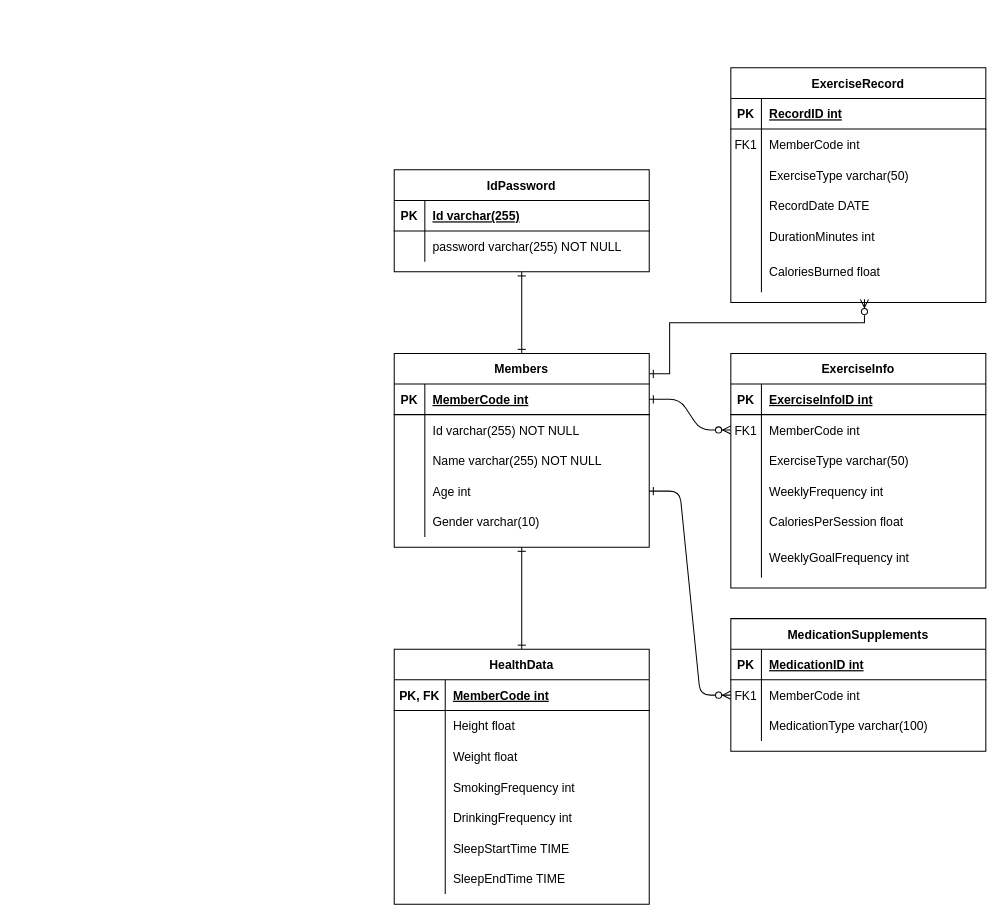
The draw.io diagram DataBase/E-R Diagram/E-R Diagram.drawio in pys-study/Healthcare-Project-Back, before the edit. Source tidied: cells renumbered, new cells numbered last; positions are measured from the earlier drawing's top-left corner, leaving out a move shared by most shapes. Both pictures are drawn from the tidied source at 102%, with x=0, y=0 at pixel (394, 67).
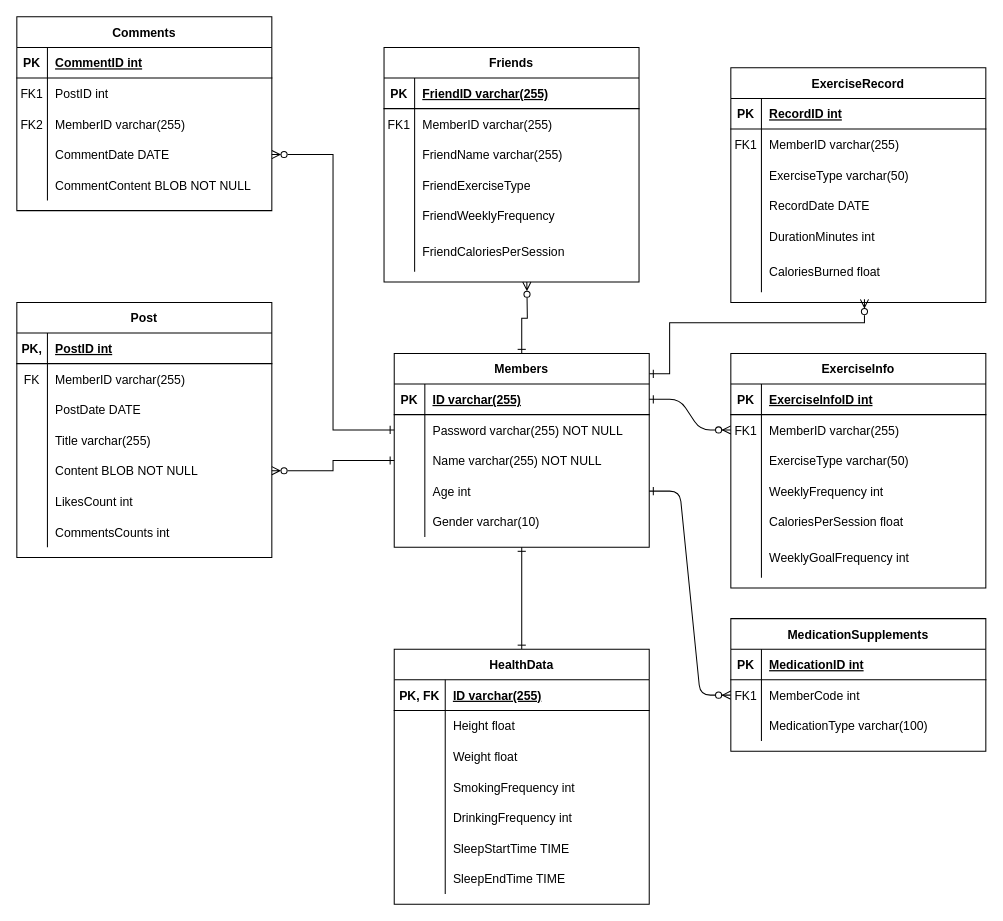
The same page after the edit.

Unchanged cells that the change refers to:
```xml
<mxCell id="8" style="shape=partialRectangle;fillColor=none;points=[[0,0.5],[1,0.5]];portConstraint=eastwest;top=0;left=0;right=0;bottom=0;" parent="4" vertex="1">
  <mxGeometry y="60" width="250" height="30" as="geometry" />
</mxCell>
<mxCell id="36" value="Members" style="shape=table;startSize=30;childLayout=tableLayout;rowLines=0;fontStyle=1;align=center;" parent="1" vertex="1">
  <mxGeometry y="280" width="250" height="190" as="geometry" />
</mxCell>
<mxCell id="37" style="shape=partialRectangle;fillColor=none;points=[[0,0.5],[1,0.5]];portConstraint=eastwest;top=0;left=0;right=0;bottom=1;" parent="36" vertex="1">
  <mxGeometry y="30" width="250" height="30" as="geometry" />
</mxCell>
<mxCell id="40" style="shape=partialRectangle;fillColor=none;points=[[0,0.5],[1,0.5]];portConstraint=eastwest;top=0;left=0;right=0;bottom=0;" parent="36" vertex="1">
  <mxGeometry y="60" width="250" height="30" as="geometry" />
</mxCell>
<mxCell id="43" style="shape=partialRectangle;fillColor=none;points=[[0,0.5],[1,0.5]];portConstraint=eastwest;top=0;left=0;right=0;bottom=0;" parent="36" vertex="1">
  <mxGeometry y="90" width="250" height="30" as="geometry" />
</mxCell>
<mxCell id="53" style="shape=partialRectangle;fillColor=none;top=0;left=0;right=0;bottom=1;" parent="52" vertex="1">
  <mxGeometry y="30" width="250" height="30" as="geometry" />
</mxCell>
<mxCell id="85" style="shape=partialRectangle;fillColor=none;top=0;left=0;right=0;bottom=0;" parent="81" vertex="1">
  <mxGeometry y="60" width="250" height="30" as="geometry" />
</mxCell>
```

The edit, as a diff of the source:
```diff
@@
-    <mxCell id="10" value="MemberCode int" style="shape=partialRectangle;overflow=hidden;fillColor=none;top=0;left=0;bottom=0;right=0;align=left;spacingLeft=6;" parent="8" vertex="1">
+    <mxCell id="10" value="MemberID varchar(255)" style="shape=partialRectangle;overflow=hidden;fillColor=none;top=0;left=0;bottom=0;right=0;align=left;spacingLeft=6;" parent="8" vertex="1">
       <mxGeometry x="30" width="220" height="30" as="geometry" />
     </mxCell>
@@
-    <mxCell id="34" style="edgeStyle=orthogonalEdgeStyle;rounded=0;jettySize=auto;html=1;entryX=0.5;entryY=1;entryDx=0;entryDy=0;endArrow=ERone;endFill=0;startArrow=ERone;startFill=0;" parent="1" edge="1" source="36" target="74">
-      <mxGeometry relative="1" as="geometry" />
-    </mxCell>
@@
+    <mxCell id="100" style="edgeStyle=orthogonalEdgeStyle;rounded=0;jettySize=auto;html=1;fontFamily=Helvetica;fontSize=12;fontColor=default;startSize=6;startArrow=ERone;startFill=0;endArrow=ERzeroToMany;endFill=0;" parent="1" edge="1" source="36">
+      <mxGeometry relative="1" as="geometry">
+        <mxPoint x="130" y="210" as="targetPoint" />
+      </mxGeometry>
+    </mxCell>
@@
-    <mxCell id="39" value="MemberCode int" style="shape=partialRectangle;overflow=hidden;fillColor=none;top=0;left=0;bottom=0;right=0;align=left;spacingLeft=6;fontStyle=5;" parent="37" vertex="1">
+    <mxCell id="39" value="ID varchar(255)" style="shape=partialRectangle;overflow=hidden;fillColor=none;top=0;left=0;bottom=0;right=0;align=left;spacingLeft=6;fontStyle=5;" parent="37" vertex="1">
       <mxGeometry x="30" width="220" height="30" as="geometry" />
     </mxCell>
@@
-    <mxCell id="42" value="Id varchar(255) NOT NULL" style="shape=partialRectangle;overflow=hidden;fillColor=none;top=0;left=0;bottom=0;right=0;align=left;spacingLeft=6;" parent="40" vertex="1">
+    <mxCell id="42" value="Password varchar(255) NOT NULL" style="shape=partialRectangle;overflow=hidden;fillColor=none;top=0;left=0;bottom=0;right=0;align=left;spacingLeft=6;" parent="40" vertex="1">
       <mxGeometry x="30" width="220" height="30" as="geometry" />
     </mxCell>
@@
-    <mxCell id="55" value="MemberCode int" style="shape=partialRectangle;overflow=hidden;fillColor=none;top=0;left=0;bottom=0;right=0;align=left;spacingLeft=6;fontStyle=5;" parent="53" vertex="1">
+    <mxCell id="55" value="ID varchar(255)" style="shape=partialRectangle;overflow=hidden;fillColor=none;top=0;left=0;bottom=0;right=0;align=left;spacingLeft=6;fontStyle=5;" parent="53" vertex="1">
       <mxGeometry x="50" width="200" height="30" as="geometry" />
     </mxCell>
@@
-    <mxCell id="74" value="IdPassword" style="shape=table;startSize=30;childLayout=tableLayout;rowLines=0;fontStyle=1;align=center;" parent="1" vertex="1">
-      <mxGeometry y="100" width="250" height="100" as="geometry" />
-    </mxCell>
-    <mxCell id="75" style="shape=partialRectangle;fillColor=none;top=0;left=0;right=0;bottom=1;" parent="74" vertex="1">
-      <mxGeometry y="30" width="250" height="30" as="geometry" />
-    </mxCell>
-    <mxCell id="76" value="PK" style="shape=partialRectangle;overflow=hidden;fillColor=none;top=0;left=0;bottom=0;right=0;fontStyle=1;" parent="75" vertex="1">
-      <mxGeometry width="30" height="30" as="geometry" />
-    </mxCell>
-    <mxCell id="77" value="Id varchar(255)" style="shape=partialRectangle;overflow=hidden;fillColor=none;top=0;left=0;bottom=0;right=0;align=left;spacingLeft=6;fontStyle=5;" parent="75" vertex="1">
-      <mxGeometry x="30" width="220" height="30" as="geometry" />
-    </mxCell>
-    <mxCell id="78" style="shape=partialRectangle;fillColor=none;top=0;left=0;right=0;bottom=0;" parent="74" vertex="1">
-      <mxGeometry y="60" width="250" height="30" as="geometry" />
-    </mxCell>
-    <mxCell id="79" style="shape=partialRectangle;overflow=hidden;fillColor=none;top=0;left=0;bottom=0;right=0;" parent="78" vertex="1">
-      <mxGeometry width="30" height="30" as="geometry" />
-    </mxCell>
-    <mxCell id="80" value="password varchar(255) NOT NULL" style="shape=partialRectangle;overflow=hidden;fillColor=none;top=0;left=0;bottom=0;right=0;align=left;spacingLeft=6;" parent="78" vertex="1">
-      <mxGeometry x="30" width="220" height="30" as="geometry" />
-    </mxCell>
@@
-    <mxCell id="87" value="MemberCode int" style="shape=partialRectangle;overflow=hidden;fillColor=none;top=0;left=0;bottom=0;right=0;align=left;spacingLeft=6;" parent="85" vertex="1">
+    <mxCell id="87" value="MemberID varchar(255)" style="shape=partialRectangle;overflow=hidden;fillColor=none;top=0;left=0;bottom=0;right=0;align=left;spacingLeft=6;" parent="85" vertex="1">
       <mxGeometry x="30" width="220" height="30" as="geometry" />
     </mxCell>
@@
+    <mxCell id="101" value="Post" style="shape=table;startSize=30;childLayout=tableLayout;rowLines=0;fontStyle=1;align=center;" parent="1" vertex="1">
+      <mxGeometry x="-370" y="230" width="250" height="250" as="geometry" />
+    </mxCell>
+    <mxCell id="102" style="shape=partialRectangle;fillColor=none;top=0;left=0;right=0;bottom=1;" parent="101" vertex="1">
+      <mxGeometry y="30" width="250" height="30" as="geometry" />
+    </mxCell>
+    <mxCell id="103" value="PK," style="shape=partialRectangle;overflow=hidden;fillColor=none;top=0;left=0;bottom=0;right=0;fontStyle=1;" parent="102" vertex="1">
+      <mxGeometry width="30" height="30" as="geometry" />
+    </mxCell>
+    <mxCell id="104" value="PostID int" style="shape=partialRectangle;overflow=hidden;fillColor=none;top=0;left=0;bottom=0;right=0;align=left;spacingLeft=6;fontStyle=5;" parent="102" vertex="1">
+      <mxGeometry x="30" width="220" height="30" as="geometry" />
+    </mxCell>
+    <mxCell id="105" style="shape=partialRectangle;fillColor=none;top=0;left=0;right=0;bottom=0;" parent="101" vertex="1">
+      <mxGeometry y="60" width="250" height="30" as="geometry" />
+    </mxCell>
+    <mxCell id="106" value="FK" style="shape=partialRectangle;overflow=hidden;fillColor=none;top=0;left=0;bottom=0;right=0;" parent="105" vertex="1">
+      <mxGeometry width="30" height="30" as="geometry" />
+    </mxCell>
+    <mxCell id="107" value="MemberID varchar(255)" style="shape=partialRectangle;overflow=hidden;fillColor=none;top=0;left=0;bottom=0;right=0;align=left;spacingLeft=6;" parent="105" vertex="1">
+      <mxGeometry x="30" width="220" height="30" as="geometry" />
+    </mxCell>
+    <mxCell id="108" style="shape=partialRectangle;fillColor=none;top=0;left=0;right=0;bottom=0;" parent="101" vertex="1">
+      <mxGeometry y="90" width="250" height="30" as="geometry" />
+    </mxCell>
+    <mxCell id="109" style="shape=partialRectangle;overflow=hidden;fillColor=none;top=0;left=0;bottom=0;right=0;" parent="108" vertex="1">
+      <mxGeometry width="30" height="30" as="geometry" />
+    </mxCell>
+    <mxCell id="110" value="PostDate DATE" style="shape=partialRectangle;overflow=hidden;fillColor=none;top=0;left=0;bottom=0;right=0;align=left;spacingLeft=6;" parent="108" vertex="1">
+      <mxGeometry x="30" width="220" height="30" as="geometry" />
+    </mxCell>
+    <mxCell id="111" style="shape=partialRectangle;fillColor=none;top=0;left=0;right=0;bottom=0;" parent="101" vertex="1">
+      <mxGeometry y="120" width="250" height="30" as="geometry" />
+    </mxCell>
+    <mxCell id="112" style="shape=partialRectangle;overflow=hidden;fillColor=none;top=0;left=0;bottom=0;right=0;" parent="111" vertex="1">
+      <mxGeometry width="30" height="30" as="geometry" />
+    </mxCell>
+    <mxCell id="113" value="Title varchar(255)" style="shape=partialRectangle;overflow=hidden;fillColor=none;top=0;left=0;bottom=0;right=0;align=left;spacingLeft=6;" parent="111" vertex="1">
+      <mxGeometry x="30" width="220" height="30" as="geometry" />
+    </mxCell>
+    <mxCell id="114" style="shape=partialRectangle;fillColor=none;points=[[0,0.5],[1,0.5]];portConstraint=eastwest;top=0;left=0;right=0;bottom=0;" parent="101" vertex="1">
+      <mxGeometry y="150" width="250" height="30" as="geometry" />
+    </mxCell>
+    <mxCell id="115" style="shape=partialRectangle;overflow=hidden;fillColor=none;top=0;left=0;bottom=0;right=0;" parent="114" vertex="1">
+      <mxGeometry width="30" height="30" as="geometry" />
+    </mxCell>
+    <mxCell id="116" value="Content BLOB NOT NULL" style="shape=partialRectangle;overflow=hidden;fillColor=none;top=0;left=0;bottom=0;right=0;align=left;spacingLeft=6;" parent="114" vertex="1">
+      <mxGeometry x="30" width="220" height="30" as="geometry" />
+    </mxCell>
+    <mxCell id="117" style="shape=partialRectangle;fillColor=none;top=0;left=0;right=0;bottom=0;" parent="101" vertex="1">
+      <mxGeometry y="180" width="250" height="30" as="geometry" />
+    </mxCell>
+    <mxCell id="118" style="shape=partialRectangle;overflow=hidden;fillColor=none;top=0;left=0;bottom=0;right=0;" parent="117" vertex="1">
+      <mxGeometry width="30" height="30" as="geometry" />
+    </mxCell>
+    <mxCell id="119" value="LikesCount int" style="shape=partialRectangle;overflow=hidden;fillColor=none;top=0;left=0;bottom=0;right=0;align=left;spacingLeft=6;" parent="117" vertex="1">
+      <mxGeometry x="30" width="220" height="30" as="geometry" />
+    </mxCell>
+    <mxCell id="120" style="shape=partialRectangle;fillColor=none;top=0;left=0;right=0;bottom=0;" parent="101" vertex="1">
+      <mxGeometry y="210" width="250" height="30" as="geometry" />
+    </mxCell>
+    <mxCell id="121" style="shape=partialRectangle;overflow=hidden;fillColor=none;top=0;left=0;bottom=0;right=0;" parent="120" vertex="1">
+      <mxGeometry width="30" height="30" as="geometry" />
+    </mxCell>
+    <mxCell id="122" value="CommentsCounts int" style="shape=partialRectangle;overflow=hidden;fillColor=none;top=0;left=0;bottom=0;right=0;align=left;spacingLeft=6;" parent="120" vertex="1">
+      <mxGeometry x="30" width="220" height="30" as="geometry" />
+    </mxCell>
+    <mxCell id="123" value="Comments" style="shape=table;startSize=30;childLayout=tableLayout;rowLines=0;fontStyle=1;align=center;" parent="1" vertex="1">
+      <mxGeometry x="-370" y="-50" width="250" height="190" as="geometry" />
+    </mxCell>
+    <mxCell id="124" style="shape=partialRectangle;fillColor=none;top=0;left=0;right=0;bottom=1;" parent="123" vertex="1">
+      <mxGeometry y="30" width="250" height="30" as="geometry" />
+    </mxCell>
+    <mxCell id="125" value="PK" style="shape=partialRectangle;overflow=hidden;fillColor=none;top=0;left=0;bottom=0;right=0;fontStyle=1;" parent="124" vertex="1">
+      <mxGeometry width="30" height="30" as="geometry" />
+    </mxCell>
+    <mxCell id="126" value="CommentID int" style="shape=partialRectangle;overflow=hidden;fillColor=none;top=0;left=0;bottom=0;right=0;align=left;spacingLeft=6;fontStyle=5;" parent="124" vertex="1">
+      <mxGeometry x="30" width="220" height="30" as="geometry" />
+    </mxCell>
+    <mxCell id="127" style="shape=partialRectangle;fillColor=none;top=0;left=0;right=0;bottom=0;" parent="123" vertex="1">
+      <mxGeometry y="60" width="250" height="30" as="geometry" />
+    </mxCell>
+    <mxCell id="128" value="FK1" style="shape=partialRectangle;overflow=hidden;fillColor=none;top=0;left=0;bottom=0;right=0;" parent="127" vertex="1">
+      <mxGeometry width="30" height="30" as="geometry" />
+    </mxCell>
+    <mxCell id="129" value="PostID int" style="shape=partialRectangle;overflow=hidden;fillColor=none;top=0;left=0;bottom=0;right=0;align=left;spacingLeft=6;" parent="127" vertex="1">
+      <mxGeometry x="30" width="220" height="30" as="geometry" />
+    </mxCell>
+    <mxCell id="130" style="shape=partialRectangle;fillColor=none;top=0;left=0;right=0;bottom=0;" parent="123" vertex="1">
+      <mxGeometry y="90" width="250" height="30" as="geometry" />
+    </mxCell>
+    <mxCell id="131" value="FK2" style="shape=partialRectangle;overflow=hidden;fillColor=none;top=0;left=0;bottom=0;right=0;" parent="130" vertex="1">
+      <mxGeometry width="30" height="30" as="geometry" />
+    </mxCell>
+    <mxCell id="132" value="MemberID varchar(255)" style="shape=partialRectangle;overflow=hidden;fillColor=none;top=0;left=0;bottom=0;right=0;align=left;spacingLeft=6;" parent="130" vertex="1">
+      <mxGeometry x="30" width="220" height="30" as="geometry" />
+    </mxCell>
+    <mxCell id="133" style="shape=partialRectangle;fillColor=none;points=[[0,0.5],[1,0.5]];portConstraint=eastwest;top=0;left=0;right=0;bottom=0;" parent="123" vertex="1">
+      <mxGeometry y="120" width="250" height="30" as="geometry" />
+    </mxCell>
+    <mxCell id="134" style="shape=partialRectangle;overflow=hidden;fillColor=none;top=0;left=0;bottom=0;right=0;" parent="133" vertex="1">
+      <mxGeometry width="30" height="30" as="geometry" />
+    </mxCell>
+    <mxCell id="135" value="CommentDate DATE" style="shape=partialRectangle;overflow=hidden;fillColor=none;top=0;left=0;bottom=0;right=0;align=left;spacingLeft=6;" parent="133" vertex="1">
+      <mxGeometry x="30" width="220" height="30" as="geometry" />
+    </mxCell>
+    <mxCell id="136" style="shape=partialRectangle;fillColor=none;top=0;left=0;right=0;bottom=0;" parent="123" vertex="1">
+      <mxGeometry y="150" width="250" height="30" as="geometry" />
+    </mxCell>
+    <mxCell id="137" style="shape=partialRectangle;overflow=hidden;fillColor=none;top=0;left=0;bottom=0;right=0;" parent="136" vertex="1">
+      <mxGeometry width="30" height="30" as="geometry" />
+    </mxCell>
+    <mxCell id="138" value="CommentContent BLOB NOT NULL" style="shape=partialRectangle;overflow=hidden;fillColor=none;top=0;left=0;bottom=0;right=0;align=left;spacingLeft=6;" parent="136" vertex="1">
+      <mxGeometry x="30" width="220" height="30" as="geometry" />
+    </mxCell>
+    <mxCell id="139" style="edgeStyle=orthogonalEdgeStyle;rounded=0;jettySize=auto;html=1;fontFamily=Helvetica;fontSize=12;fontColor=default;startSize=6;entryX=1;entryY=0.5;entryDx=0;entryDy=0;endArrow=ERzeroToMany;endFill=0;startArrow=ERone;startFill=0;" parent="1" edge="1" source="43" target="114">
+      <mxGeometry relative="1" as="geometry" />
+    </mxCell>
+    <mxCell id="140" value="Friends" style="shape=table;startSize=30;childLayout=tableLayout;rowLines=0;fontStyle=1;align=center;" parent="1" vertex="1">
+      <mxGeometry x="-10" y="-20" width="250" height="230" as="geometry" />
+    </mxCell>
+    <mxCell id="141" style="shape=partialRectangle;fillColor=none;top=0;left=0;right=0;bottom=1;" parent="140" vertex="1">
+      <mxGeometry y="30" width="250" height="30" as="geometry" />
+    </mxCell>
+    <mxCell id="142" value="PK" style="shape=partialRectangle;overflow=hidden;fillColor=none;top=0;left=0;bottom=0;right=0;fontStyle=1;" parent="141" vertex="1">
+      <mxGeometry width="30" height="30" as="geometry" />
+    </mxCell>
+    <mxCell id="143" value="FriendID varchar(255)" style="shape=partialRectangle;overflow=hidden;fillColor=none;top=0;left=0;bottom=0;right=0;align=left;spacingLeft=6;fontStyle=5;" parent="141" vertex="1">
+      <mxGeometry x="30" width="220" height="30" as="geometry" />
+    </mxCell>
+    <mxCell id="144" style="shape=partialRectangle;fillColor=none;top=0;left=0;right=0;bottom=0;" parent="140" vertex="1">
+      <mxGeometry y="60" width="250" height="30" as="geometry" />
+    </mxCell>
+    <mxCell id="145" value="FK1" style="shape=partialRectangle;overflow=hidden;fillColor=none;top=0;left=0;bottom=0;right=0;" parent="144" vertex="1">
+      <mxGeometry width="30" height="30" as="geometry" />
+    </mxCell>
+    <mxCell id="146" value="MemberID varchar(255)" style="shape=partialRectangle;overflow=hidden;fillColor=none;top=0;left=0;bottom=0;right=0;align=left;spacingLeft=6;" parent="144" vertex="1">
+      <mxGeometry x="30" width="220" height="30" as="geometry" />
+    </mxCell>
+    <mxCell id="147" style="shape=partialRectangle;fillColor=none;top=0;left=0;right=0;bottom=0;" parent="140" vertex="1">
+      <mxGeometry y="90" width="250" height="30" as="geometry" />
+    </mxCell>
+    <mxCell id="148" style="shape=partialRectangle;overflow=hidden;fillColor=none;top=0;left=0;bottom=0;right=0;" parent="147" vertex="1">
+      <mxGeometry width="30" height="30" as="geometry" />
+    </mxCell>
+    <mxCell id="149" value="FriendName varchar(255)" style="shape=partialRectangle;overflow=hidden;fillColor=none;top=0;left=0;bottom=0;right=0;align=left;spacingLeft=6;" parent="147" vertex="1">
+      <mxGeometry x="30" width="220" height="30" as="geometry" />
+    </mxCell>
+    <mxCell id="150" style="shape=partialRectangle;fillColor=none;top=0;left=0;right=0;bottom=0;" parent="140" vertex="1">
+      <mxGeometry y="120" width="250" height="30" as="geometry" />
+    </mxCell>
+    <mxCell id="151" style="shape=partialRectangle;overflow=hidden;fillColor=none;top=0;left=0;bottom=0;right=0;" parent="150" vertex="1">
+      <mxGeometry width="30" height="30" as="geometry" />
+    </mxCell>
+    <mxCell id="152" value="FriendExerciseType" style="shape=partialRectangle;overflow=hidden;fillColor=none;top=0;left=0;bottom=0;right=0;align=left;spacingLeft=6;" parent="150" vertex="1">
+      <mxGeometry x="30" width="220" height="30" as="geometry" />
+    </mxCell>
+    <mxCell id="153" style="shape=partialRectangle;fillColor=none;top=0;left=0;right=0;bottom=0;" parent="140" vertex="1">
+      <mxGeometry y="150" width="250" height="30" as="geometry" />
+    </mxCell>
+    <mxCell id="154" style="shape=partialRectangle;overflow=hidden;fillColor=none;top=0;left=0;bottom=0;right=0;" parent="153" vertex="1">
+      <mxGeometry width="30" height="30" as="geometry" />
+    </mxCell>
+    <mxCell id="155" value="FriendWeeklyFrequency" style="shape=partialRectangle;overflow=hidden;fillColor=none;top=0;left=0;bottom=0;right=0;align=left;spacingLeft=6;" parent="153" vertex="1">
+      <mxGeometry x="30" width="220" height="30" as="geometry" />
+    </mxCell>
+    <mxCell id="156" style="shape=partialRectangle;fillColor=none;top=0;left=0;right=0;bottom=0;" parent="140" vertex="1">
+      <mxGeometry y="180" width="250" height="40" as="geometry" />
+    </mxCell>
+    <mxCell id="157" style="shape=partialRectangle;overflow=hidden;fillColor=none;top=0;left=0;bottom=0;right=0;" parent="156" vertex="1">
+      <mxGeometry width="30" height="40" as="geometry" />
+    </mxCell>
+    <mxCell id="158" value="FriendCaloriesPerSession" style="shape=partialRectangle;overflow=hidden;fillColor=none;top=0;left=0;bottom=0;right=0;align=left;spacingLeft=6;" parent="156" vertex="1">
+      <mxGeometry x="30" width="220" height="40" as="geometry" />
+    </mxCell>
+    <mxCell id="159" style="edgeStyle=orthogonalEdgeStyle;rounded=0;jettySize=auto;html=1;fontFamily=Helvetica;fontSize=12;fontColor=default;startSize=6;entryX=1;entryY=0.5;entryDx=0;entryDy=0;exitX=0;exitY=0.5;exitDx=0;exitDy=0;endArrow=ERzeroToMany;endFill=0;startArrow=ERone;startFill=0;" parent="1" edge="1" source="40" target="133">
+      <mxGeometry relative="1" as="geometry">
+        <Array as="points">
+          <mxPoint x="-60" y="355" />
+          <mxPoint x="-60" y="85" />
+        </Array>
+      </mxGeometry>
+    </mxCell>
```
